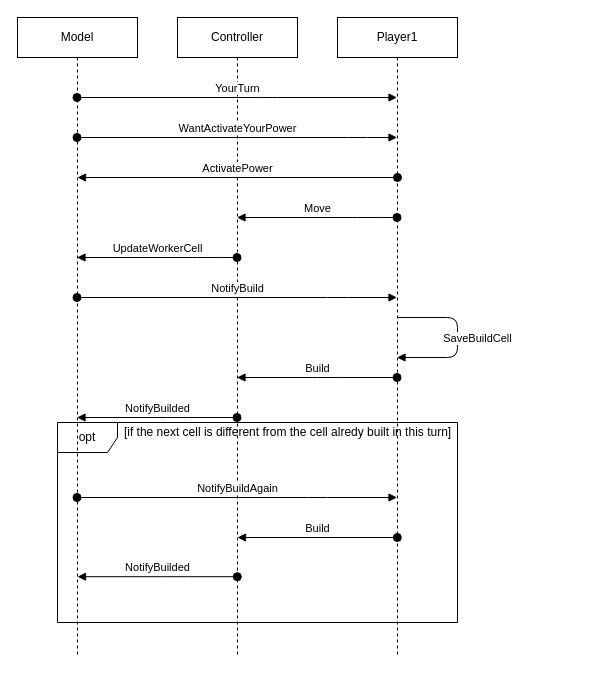
Above: page "Case_Demeter" (6 of 11) of UML/newUML.drawio in matteovisotto/ing-sw-2020-Siriani-Stucchi-Visotto (draw.io), before the change. Source tidied: cells renumbered, new cells numbered last; positions are measured from the earlier drawing's top-left corner, leaving out a move shared by most shapes. Both pictures are drawn from the tidied source at 100%, with x=0, y=0 at pixel (17, 17).
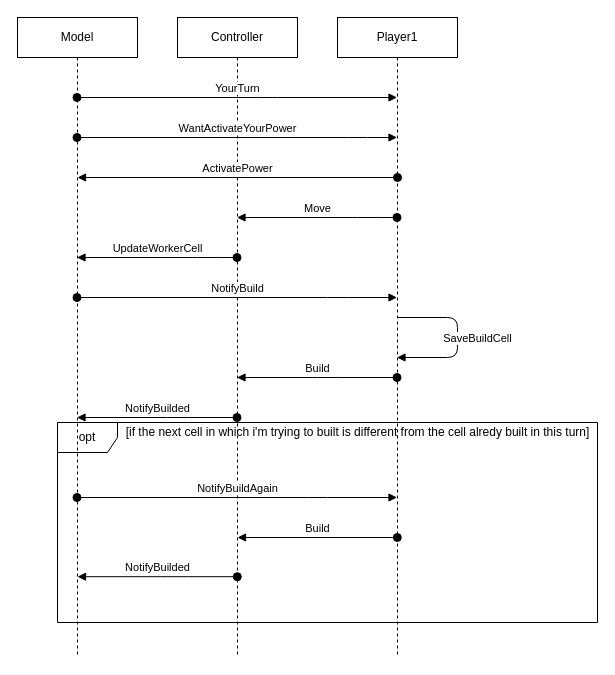
The same page after the edit.

Change to the diagram source:
```diff
@@
     <mxCell id="2" value="opt" style="shape=umlFrame;whiteSpace=wrap;html=1;" parent="1" vertex="1">
-      <mxGeometry x="40" y="405" width="400" height="200" as="geometry" />
+      <mxGeometry x="40" y="405" width="540" height="200" as="geometry" />
     </mxCell>
@@
-    <mxCell id="18" value="[if the next cell is different from the cell alredy built in this turn]" style="text;html=1;align=center;verticalAlign=middle;" parent="1" vertex="1">
-      <mxGeometry x="100" y="405" width="340" height="20" as="geometry" />
+    <mxCell id="18" value="[if the next cell in which i'm trying to built is different from the cell alredy built in this turn]" style="text;html=1;align=center;verticalAlign=middle;" parent="1" vertex="1">
+      <mxGeometry x="100" y="405" width="480" height="20" as="geometry" />
     </mxCell>
```
